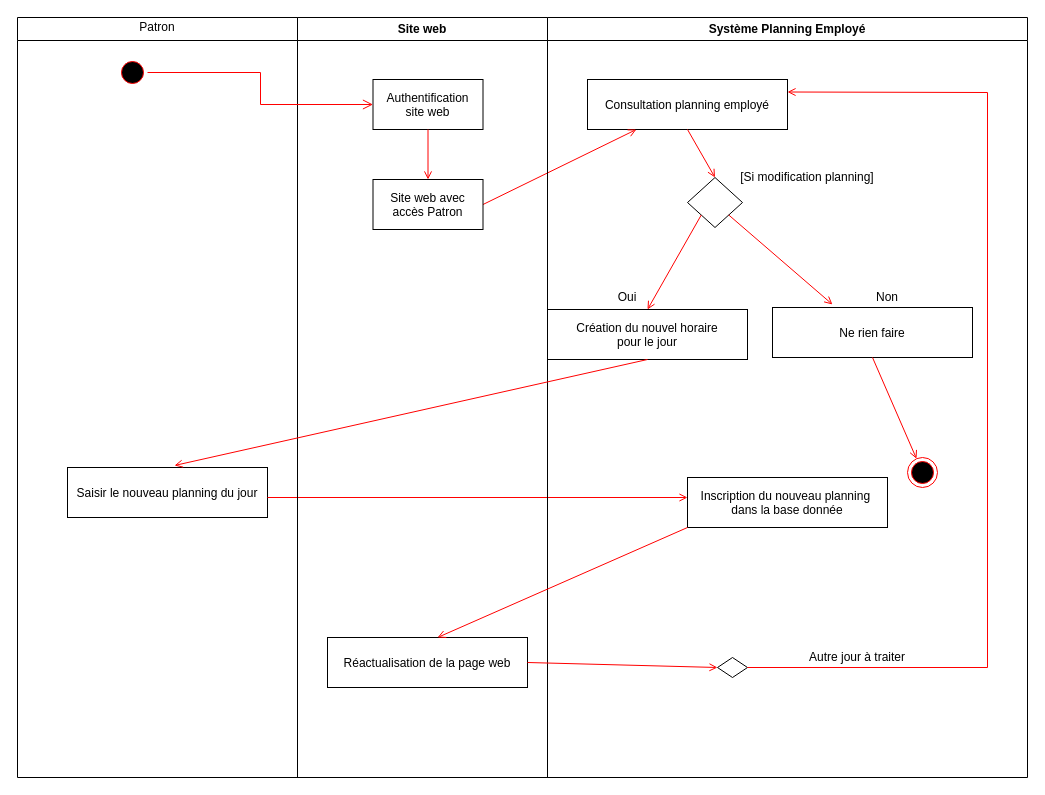
Before: diagramme_activite.drawio in NHatim/aca, a draw.io diagram. Source tidied: cells renumbered, new cells numbered last; positions are measured from the earlier drawing's top-left corner, leaving out a move shared by most shapes. Both pictures are drawn from the tidied source at 100%, with x=0, y=0 at pixel (17, 17).
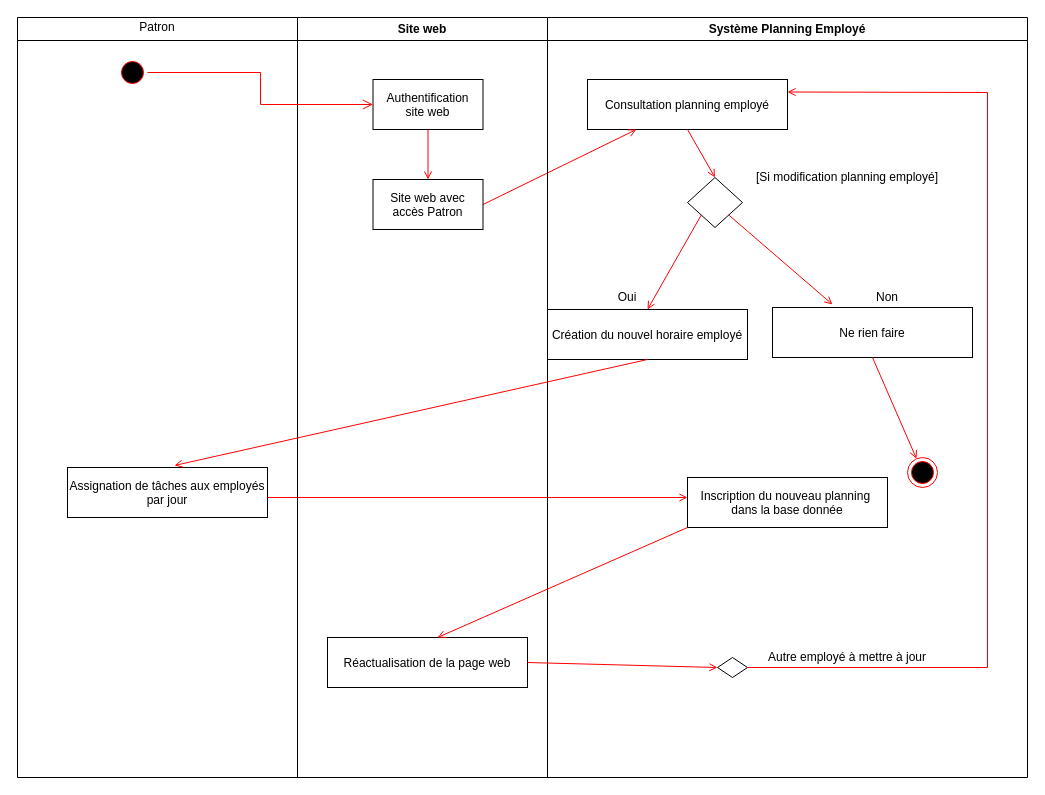
The same page after the edit.

Unchanged cells that the change refers to:
```xml
<mxCell id="2" style="swimlane;whiteSpace=wrap;" parent="1" vertex="1">
  <mxGeometry width="530" height="760" as="geometry" />
</mxCell>
<mxCell id="8" value="Système Planning Employé" style="swimlane;whiteSpace=wrap;" parent="1" vertex="1">
  <mxGeometry x="530" width="480" height="760" as="geometry" />
</mxCell>
```

The edit, as a diff of the source:
```diff
@@
-    <mxCell id="6" value="Saisir le nouveau planning du jour" parent="2" vertex="1">
+    <mxCell id="6" value="Assignation de tâches aux employés&#10;par jour" parent="2" vertex="1">
       <mxGeometry x="50" y="450" width="200" height="50" as="geometry" />
     </mxCell>
@@
-    <mxCell id="12" value="[Si modification planning]" style="text;html=1;strokeColor=none;fillColor=none;align=center;verticalAlign=middle;whiteSpace=wrap;rounded=0;" parent="8" vertex="1">
-      <mxGeometry x="180" y="150" width="160" height="20" as="geometry" />
+    <mxCell id="12" value="[Si modification planning employé]" style="text;html=1;strokeColor=none;fillColor=none;align=center;verticalAlign=middle;whiteSpace=wrap;rounded=0;" parent="8" vertex="1">
+      <mxGeometry x="180" y="150" width="240" height="20" as="geometry" />
     </mxCell>
@@
-    <mxCell id="16" value="Création du nouvel horaire&#10;pour le jour" parent="8" vertex="1">
+    <mxCell id="16" value="Création du nouvel horaire employé" parent="8" vertex="1">
       <mxGeometry y="292" width="200" height="50" as="geometry" />
     </mxCell>
@@
-    <mxCell id="24" value="Autre jour à traiter" style="text;html=1;strokeColor=none;fillColor=none;align=center;verticalAlign=middle;whiteSpace=wrap;rounded=0;" parent="8" vertex="1">
-      <mxGeometry x="230" y="630" width="160" height="20" as="geometry" />
+    <mxCell id="24" value="Autre employé à mettre à jour" style="text;html=1;strokeColor=none;fillColor=none;align=center;verticalAlign=middle;whiteSpace=wrap;rounded=0;" parent="8" vertex="1">
+      <mxGeometry x="210" y="630" width="180" height="20" as="geometry" />
     </mxCell>
```
